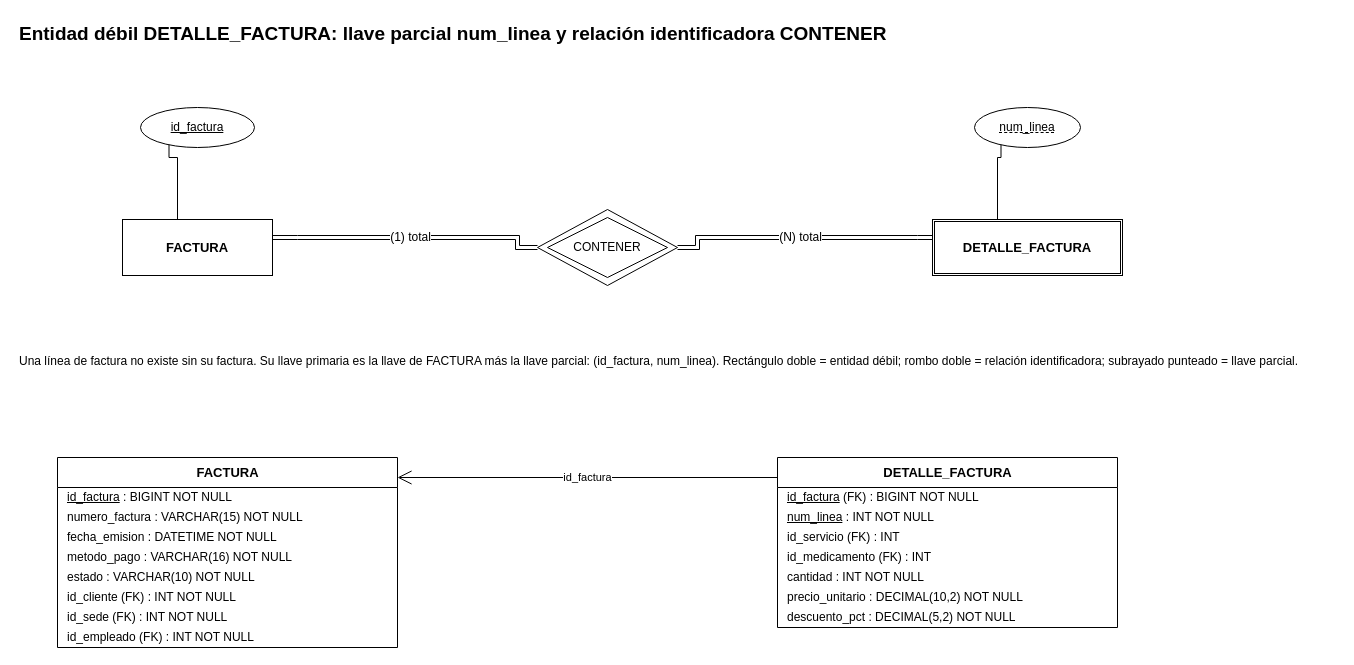
Estarlan/proyecto-bd1-sigevet keeps this draw.io diagram as documentos/fase1/diagramas_drawio/09_Entidad_Debil_DETALLE_FACTURA.drawio. Above is the earlier version. Source tidied: cells renumbered, new cells numbered last; positions are measured from the earlier drawing's top-left corner, leaving out a move shared by most shapes. Both pictures are drawn from the tidied source at 100%, with x=0, y=0 at pixel (17, 17).
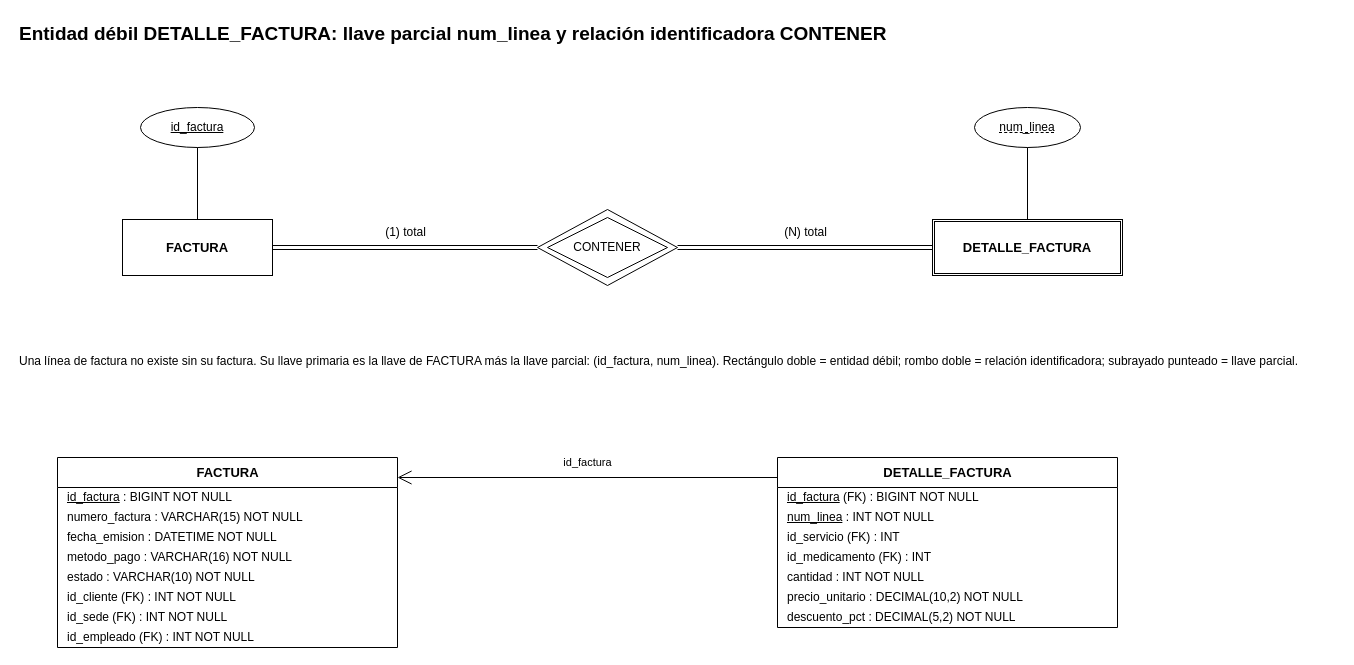
The same page after the edit.

Unchanged cells that the change refers to:
```xml
<mxCell id="3" value="FACTURA" style="rounded=0;whiteSpace=wrap;html=1;fillColor=none;fontSize=13;fontStyle=1;" parent="1" vertex="1">
  <mxGeometry x="105" y="202" width="150" height="56" as="geometry" />
</mxCell>
<mxCell id="4" value="DETALLE_FACTURA" style="shape=ext;double=1;whiteSpace=wrap;html=1;fillColor=none;fontSize=13;fontStyle=1;" parent="1" vertex="1">
  <mxGeometry x="915" y="202" width="190" height="56" as="geometry" />
</mxCell>
<mxCell id="5" value="CONTENER" style="rhombus;whiteSpace=wrap;html=1;fillColor=none;fontSize=12;" parent="1" vertex="1">
  <mxGeometry x="520" y="192" width="140" height="76" as="geometry" />
</mxCell>
<mxCell id="9" value="&lt;u&gt;id_factura&lt;/u&gt;" style="ellipse;whiteSpace=wrap;html=1;fillColor=none;fontSize=12;" parent="1" vertex="1">
  <mxGeometry x="123" y="90" width="114" height="40" as="geometry" />
</mxCell>
<mxCell id="11" value="&lt;u style=&quot;text-decoration: underline dashed&quot;&gt;num_linea&lt;/u&gt;" style="ellipse;whiteSpace=wrap;html=1;fillColor=none;fontSize=12;" parent="1" vertex="1">
  <mxGeometry x="957" y="90" width="106" height="40" as="geometry" />
</mxCell>
<mxCell id="14" value="FACTURA" style="swimlane;fontStyle=1;horizontal=1;startSize=30;html=1;fillColor=none;swimlaneFillColor=none;fontSize=13;" parent="1" vertex="1">
  <mxGeometry x="40" y="440" width="340" height="190" as="geometry" />
</mxCell>
<mxCell id="23" value="DETALLE_FACTURA" style="swimlane;fontStyle=1;horizontal=1;startSize=30;html=1;fillColor=none;swimlaneFillColor=none;fontSize=13;" parent="1" vertex="1">
  <mxGeometry x="760" y="440" width="340" height="170" as="geometry" />
</mxCell>
```

Change to the diagram source:
```diff
@@
-    <mxCell id="7" value="(1) total" style="shape=link;html=1;endArrow=none;fontSize=12;labelBackgroundColor=default;jumpStyle=gap;jumpSize=8;edgeStyle=none;rounded=0;exitX=1.00000000;exitY=0.32142857;exitPerimeter=0;entryX=0.00000000;entryY=0.50000000;entryPerimeter=0;" parent="1" edge="1" source="3" target="5">
+    <mxCell id="7" value="(1) total" style="shape=link;html=1;endArrow=none;fontSize=12;labelBackgroundColor=default;jumpStyle=gap;jumpSize=8;edgeStyle=none;rounded=0;exitX=1.00000000;exitY=0.32142857;exitPerimeter=0;entryX=0.00000000;entryY=0.50000000;entryPerimeter=0;exitX=1.00000000;exitY=0.50000000;exitPerimeter=0;entryX=0.00000000;entryY=0.50000000;entryPerimeter=0;" parent="1" edge="1" source="3" target="5">
       <mxGeometry relative="1" as="geometry">
         <Array as="points">
-          <mxPoint x="280" y="220" />
-          <mxPoint x="500" y="220" />
-          <mxPoint x="500" y="230" />
+          <mxPoint x="255" y="230" />
+          <mxPoint x="520" y="230" />
         </Array>
+        <mxPoint y="-15.1" as="offset" />
       </mxGeometry>
     </mxCell>
-    <mxCell id="8" value="(N) total" style="shape=link;html=1;endArrow=none;fontSize=12;labelBackgroundColor=default;jumpStyle=gap;jumpSize=8;edgeStyle=none;rounded=0;exitX=1.00000000;exitY=0.50000000;exitPerimeter=0;entryX=0.00000000;entryY=0.32142857;entryPerimeter=0;" parent="1" edge="1" source="5" target="4">
+    <mxCell id="8" value="(N) total" style="shape=link;html=1;endArrow=none;fontSize=12;labelBackgroundColor=default;jumpStyle=gap;jumpSize=8;edgeStyle=none;rounded=0;exitX=1.00000000;exitY=0.50000000;exitPerimeter=0;entryX=0.00000000;entryY=0.32142857;entryPerimeter=0;exitX=1.00000000;exitY=0.50000000;exitPerimeter=0;entryX=0.00000000;entryY=0.50000000;entryPerimeter=0;" parent="1" edge="1" source="5" target="4">
       <mxGeometry relative="1" as="geometry">
         <Array as="points">
-          <mxPoint x="680" y="230" />
-          <mxPoint x="680" y="220" />
-          <mxPoint x="900" y="220" />
+          <mxPoint x="660" y="230" />
+          <mxPoint x="915" y="230" />
         </Array>
+        <mxPoint y="-15.1" as="offset" />
       </mxGeometry>
     </mxCell>
@@
-    <mxCell id="10" style="html=1;endArrow=none;fontSize=12;labelBackgroundColor=default;jumpStyle=gap;jumpSize=8;edgeStyle=none;rounded=0;exitX=0.36666667;exitY=0.00000000;exitPerimeter=0;entryX=0.25000000;entryY=0.93301270;entryPerimeter=0;" parent="1" edge="1" source="3" target="9">
+    <mxCell id="10" style="html=1;endArrow=none;fontSize=12;labelBackgroundColor=default;jumpStyle=gap;jumpSize=8;edgeStyle=none;rounded=0;exitX=0.36666667;exitY=0.00000000;exitPerimeter=0;entryX=0.25000000;entryY=0.93301270;entryPerimeter=0;exitX=0.50000000;exitY=0.00000000;exitPerimeter=0;entryX=0.50000000;entryY=1.00000000;entryPerimeter=0;" parent="1" edge="1" source="3" target="9">
       <mxGeometry relative="1" as="geometry">
         <Array as="points">
-          <mxPoint x="160" y="180" />
-          <mxPoint x="160" y="140" />
-          <mxPoint x="151.5" y="140" />
+          <mxPoint x="180" y="202" />
+          <mxPoint x="180" y="130" />
         </Array>
       </mxGeometry>
     </mxCell>
@@
-    <mxCell id="12" style="html=1;endArrow=none;fontSize=12;labelBackgroundColor=default;jumpStyle=gap;jumpSize=8;edgeStyle=none;rounded=0;exitX=0.34210526;exitY=0.00000000;exitPerimeter=0;entryX=0.25000000;entryY=0.93301270;entryPerimeter=0;" parent="1" edge="1" source="4" target="11">
+    <mxCell id="12" style="html=1;endArrow=none;fontSize=12;labelBackgroundColor=default;jumpStyle=gap;jumpSize=8;edgeStyle=none;rounded=0;exitX=0.34210526;exitY=0.00000000;exitPerimeter=0;entryX=0.25000000;entryY=0.93301270;entryPerimeter=0;exitX=0.50000000;exitY=0.00000000;exitPerimeter=0;entryX=0.50000000;entryY=1.00000000;entryPerimeter=0;" parent="1" edge="1" source="4" target="11">
       <mxGeometry relative="1" as="geometry">
         <Array as="points">
-          <mxPoint x="980" y="180" />
-          <mxPoint x="980" y="140" />
-          <mxPoint x="983.5" y="140" />
+          <mxPoint x="1010" y="202" />
+          <mxPoint x="1010" y="130" />
         </Array>
       </mxGeometry>
     </mxCell>
@@
-    <mxCell id="31" value="id_factura" style="html=1;endArrow=none;fontSize=12;labelBackgroundColor=default;endArrow=open;endFill=0;endSize=12;fontSize=11;jumpStyle=gap;jumpSize=8;edgeStyle=none;rounded=0;exitX=0.00000000;exitY=0.11764706;exitPerimeter=0;entryX=1.00000000;entryY=0.10526316;entryPerimeter=0;" parent="1" edge="1" source="23" target="14">
+    <mxCell id="31" value="id_factura" style="html=1;endArrow=none;fontSize=12;labelBackgroundColor=default;endArrow=open;endFill=0;endSize=12;fontSize=11;jumpStyle=gap;jumpSize=8;edgeStyle=none;rounded=0;exitX=0.00000000;exitY=0.11764706;exitPerimeter=0;entryX=1.00000000;entryY=0.10526316;entryPerimeter=0;exitX=0.00000000;exitY=0.11764706;exitPerimeter=0;entryX=1.00000000;entryY=0.10526316;entryPerimeter=0;" parent="1" edge="1" source="23" target="14">
       <mxGeometry relative="1" as="geometry">
         <Array as="points">
-          <mxPoint x="740" y="460" />
-          <mxPoint x="400" y="460" />
+          <mxPoint x="760" y="460" />
+          <mxPoint x="380" y="460" />
         </Array>
+        <mxPoint y="-15.1" as="offset" />
       </mxGeometry>
     </mxCell>
```
